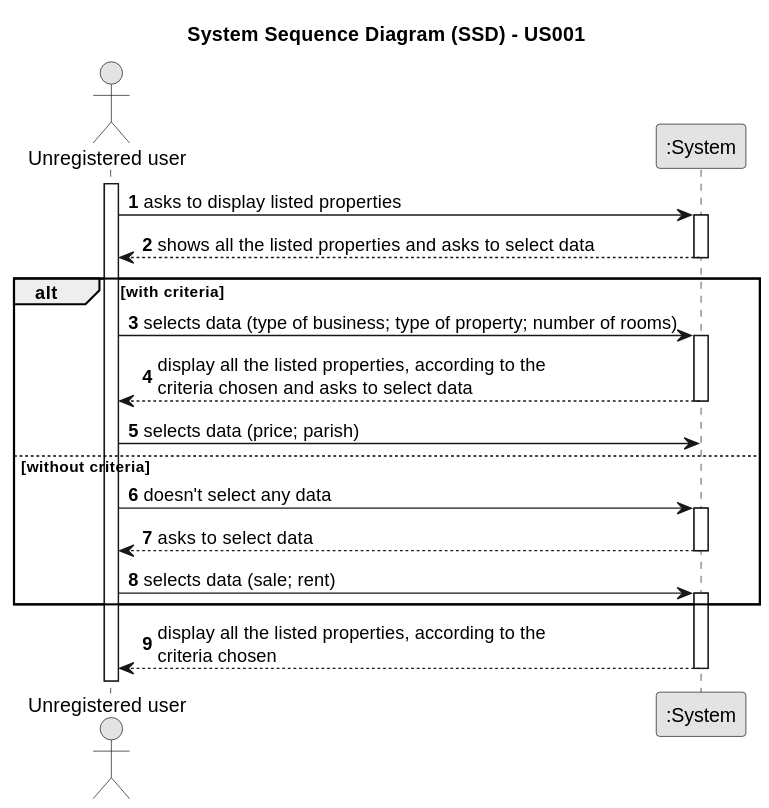
Earlier version of the PlantUML export docs/sprintA/us001/01.requirements-engineering/svg/us001-system-sequence-diagram.svg (rita-barbosa/LAPR2-2223).
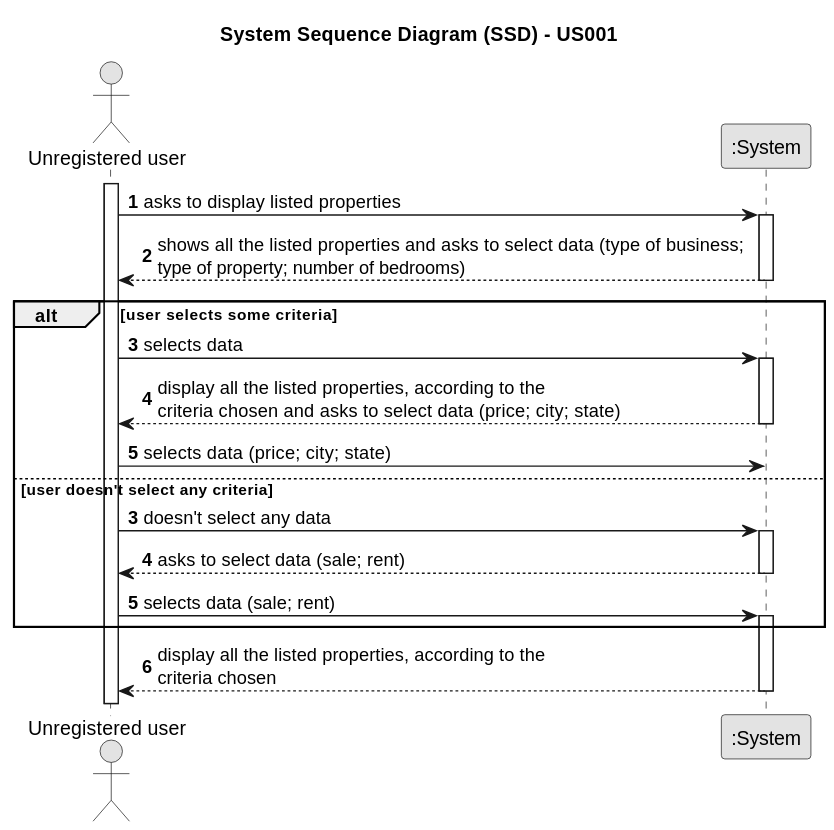
After the commit.

Diff of the diagram source:
```diff
@@ -12,28 +12,31 @@
 
 activate User
 
+
     User -> System : asks to display listed properties
     activate System
 
-    System --> User : shows all the listed properties and asks to select data
+    System --> User : shows all the listed properties and asks to select data (type of business; \ntype of property; number of bedrooms)
     deactivate System
 
-    alt with criteria
-        User -> System : selects data (type of business; type of property; number of rooms)
+    alt user selects some criteria
+        User -> System : selects data
         activate System
 
-        System --> User : display all the listed properties, according to the \ncriteria chosen and asks to select data
+        System --> User : display all the listed properties, according to the \ncriteria chosen and asks to select data (price; city; state)
         deactivate System
 
-        User -> System : selects data (price; parish)
+        User -> System : selects data (price; city; state)
         deactivate System
 
-    else without criteria
+    else user doesn't select any criteria
+
+        autonumber 3
 
         User -> System : doesn't select any data
         activate System
 
-        System --> User : asks to select data
+        System --> User : asks to select data (sale; rent)
         deactivate System
 
         User -> System : selects data (sale; rent)
```
